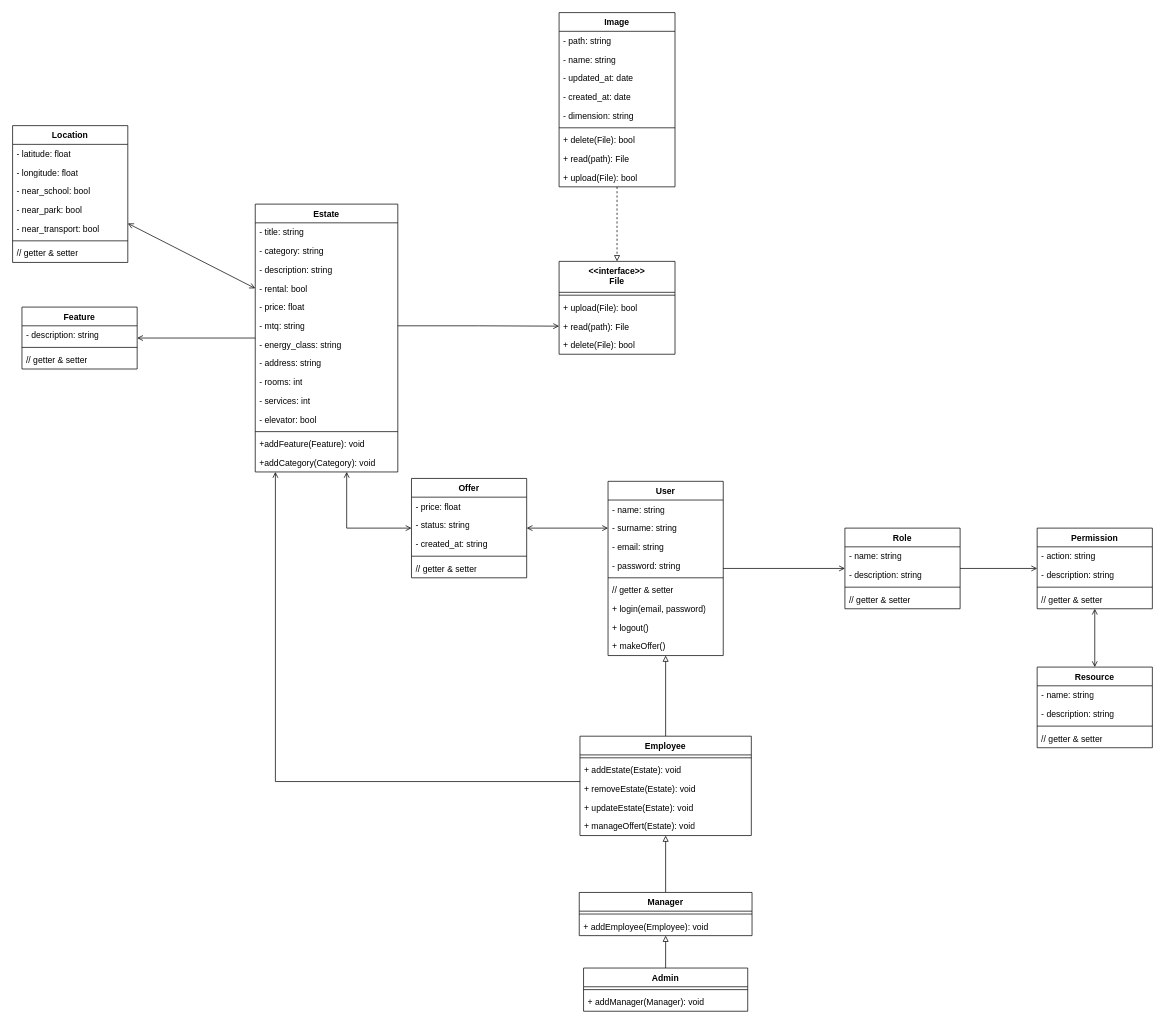
Above: page "v.1.0" (1 of 2) of documentazione/class-diagram.drawio in Lucalorenzo004/DietiEstates25 (draw.io), before the change. Source tidied: cells renumbered, new cells numbered last; positions are measured from the earlier drawing's top-left corner, leaving out a move shared by most shapes. Both pictures are drawn from the tidied source at 72%, with x=0, y=0 at pixel (12, 12).
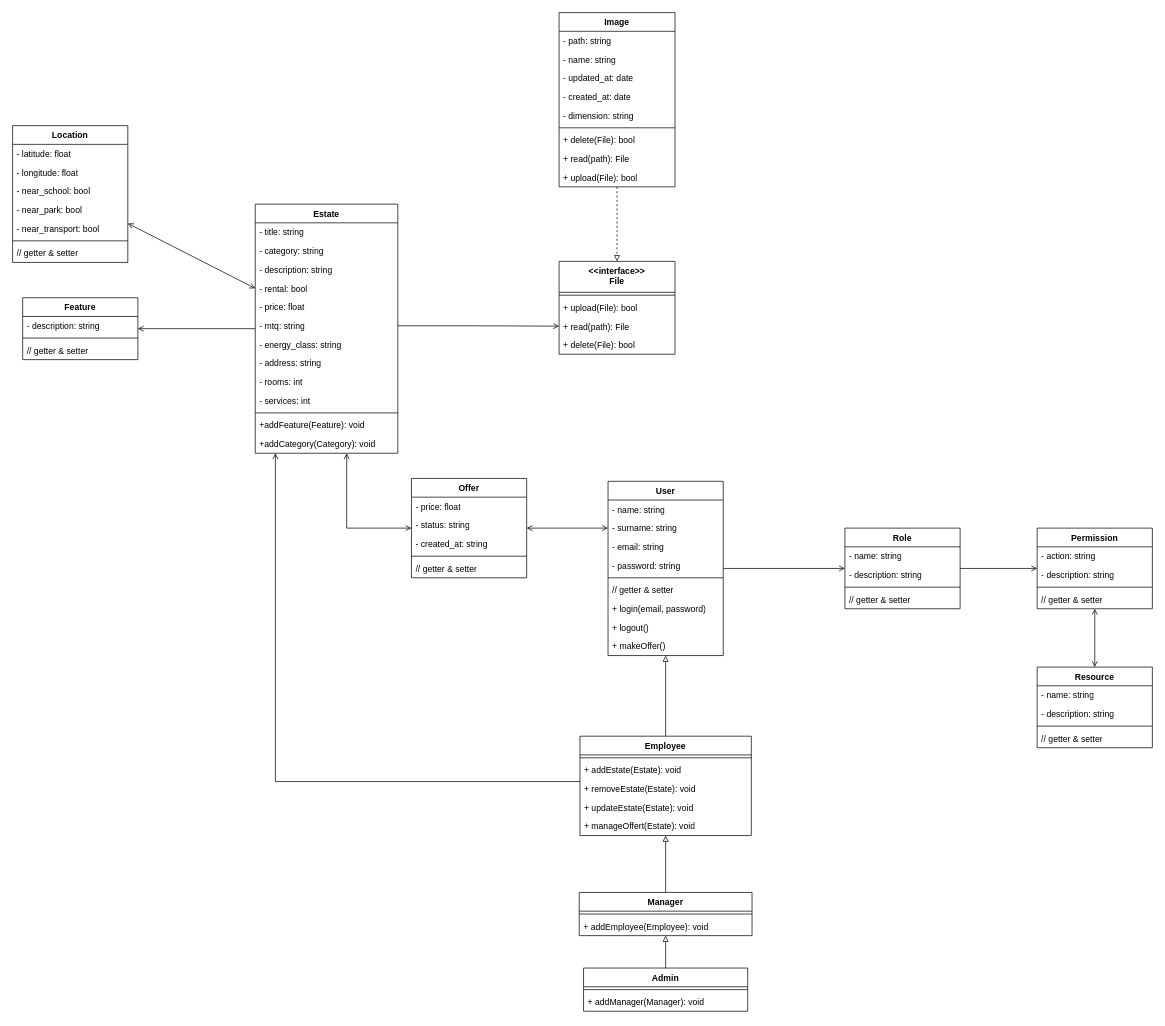
The same diagram, later.

What changed in the source:
```diff
@@
     <mxCell id="30" value="Estate" style="swimlane;fontStyle=1;align=center;verticalAlign=top;horizontal=1;startSize=26;whiteSpace=wrap;html=1;" parent="1" vertex="1">
-      <mxGeometry x="337" y="266" width="198" height="372" as="geometry" />
+      <mxGeometry x="337" y="266" width="198" height="346" as="geometry" />
     </mxCell>
@@
-    <mxCell id="41" value="- elevator: bool" style="text;strokeColor=none;fillColor=none;align=left;verticalAlign=top;spacingLeft=4;spacingRight=4;overflow=hidden;whiteSpace=wrap;html=1;" parent="30" vertex="1">
-      <mxGeometry y="286" width="198" height="26" as="geometry" />
-    </mxCell>
     <mxCell id="42" style="line;strokeWidth=1;fillColor=none;align=left;verticalAlign=middle;spacingTop=-1;spacingLeft=3;spacingRight=3;labelPosition=right;strokeColor=inherit;" parent="30" vertex="1">
-      <mxGeometry y="312" width="198" height="8" as="geometry" />
+      <mxGeometry y="286" width="198" height="8" as="geometry" />
     </mxCell>
     <mxCell id="43" value="+addFeature(Feature): void" style="text;strokeColor=none;fillColor=none;align=left;verticalAlign=top;spacingLeft=4;spacingRight=4;overflow=hidden;whiteSpace=wrap;html=1;" parent="30" vertex="1">
-      <mxGeometry y="320" width="198" height="26" as="geometry" />
+      <mxGeometry y="294" width="198" height="26" as="geometry" />
     </mxCell>
     <mxCell id="44" value="+addCategory(Category): void" style="text;strokeColor=none;fillColor=none;align=left;verticalAlign=top;spacingLeft=4;spacingRight=4;overflow=hidden;whiteSpace=wrap;html=1;" parent="30" vertex="1">
-      <mxGeometry y="346" width="198" height="26" as="geometry" />
+      <mxGeometry y="320" width="198" height="26" as="geometry" />
     </mxCell>
     <mxCell id="45" value="Feature" style="swimlane;fontStyle=1;align=center;verticalAlign=top;horizontal=1;startSize=26;whiteSpace=wrap;html=1;" parent="1" vertex="1">
-      <mxGeometry x="13" y="409" width="160" height="86" as="geometry" />
+      <mxGeometry x="14" y="396" width="160" height="86" as="geometry" />
     </mxCell>
```
